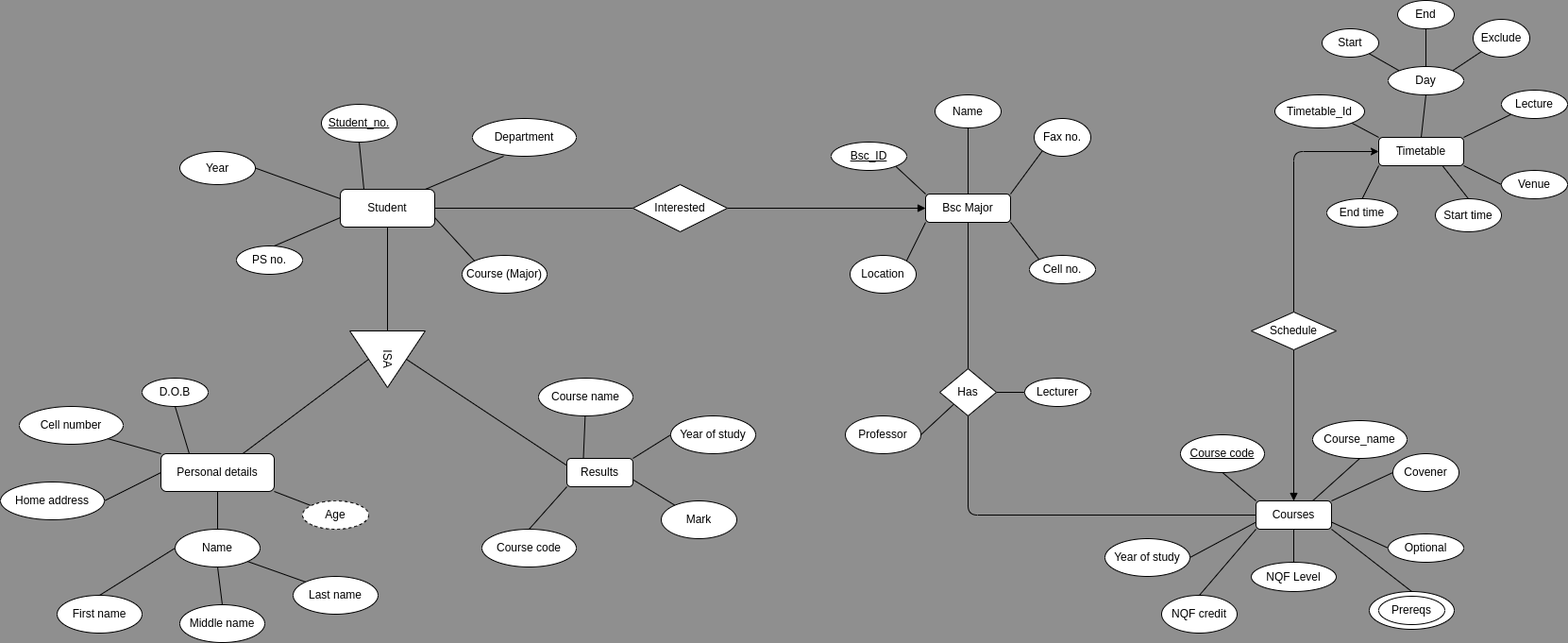
Earlier version of the draw.io export uml/CSC_Assigment.png (contawo/er_database_client). Source tidied: cells renumbered, new cells last; positions are measured from the earlier drawing's top-left corner, leaving out a move shared by most shapes.
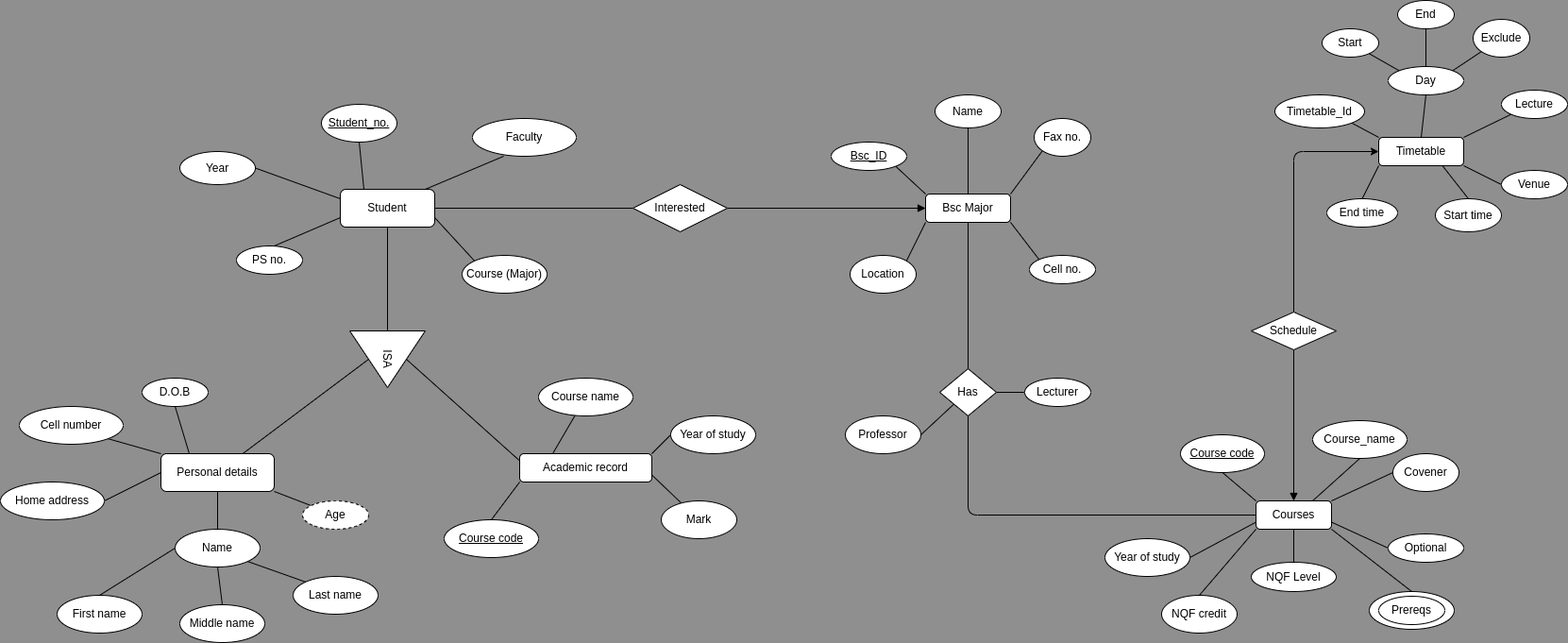
Above is the later version.

What changed in the source:
```diff
@@ -11,7 +11,7 @@
     <mxCell id="4" value="&lt;u&gt;Student_no.&lt;/u&gt;" style="ellipse;whiteSpace=wrap;html=1;" parent="1" vertex="1">
       <mxGeometry x="340" y="110" width="80" height="40" as="geometry" />
     </mxCell>
-    <mxCell id="5" value="Department" style="ellipse;whiteSpace=wrap;html=1;" parent="1" vertex="1">
+    <mxCell id="5" value="Faculty" style="ellipse;whiteSpace=wrap;html=1;" parent="1" vertex="1">
       <mxGeometry x="500" y="125" width="110" height="40" as="geometry" />
     </mxCell>
     <mxCell id="6" value="PS no." style="ellipse;whiteSpace=wrap;html=1;" parent="1" vertex="1">
@@ -61,8 +61,8 @@
     <mxCell id="18" style="edgeStyle=none;html=1;exitX=0;exitY=0.25;exitDx=0;exitDy=0;entryX=0.5;entryY=0;entryDx=0;entryDy=0;endArrow=none;endFill=0;" parent="1" edge="1" source="19" target="12">
       <mxGeometry relative="1" as="geometry" />
     </mxCell>
-    <mxCell id="19" value="Results" style="rounded=1;whiteSpace=wrap;html=1;" parent="1" vertex="1">
-      <mxGeometry x="600" y="485" width="70" height="30" as="geometry" />
+    <mxCell id="19" value="Academic record" style="rounded=1;whiteSpace=wrap;html=1;" parent="1" vertex="1">
+      <mxGeometry x="550" y="480" width="140" height="30" as="geometry" />
     </mxCell>
     <mxCell id="20" style="edgeStyle=none;html=1;endArrow=none;endFill=0;" parent="1" edge="1" source="25" target="32">
       <mxGeometry relative="1" as="geometry" />
@@ -137,8 +137,8 @@
     <mxCell id="42" value="Mark" style="ellipse;whiteSpace=wrap;html=1;" parent="1" vertex="1">
       <mxGeometry x="700" y="530" width="80" height="40" as="geometry" />
     </mxCell>
-    <mxCell id="43" value="Course code" style="ellipse;whiteSpace=wrap;html=1;" parent="1" vertex="1">
-      <mxGeometry x="510" y="560" width="100" height="40" as="geometry" />
+    <mxCell id="43" value="&lt;u&gt;Course code&lt;/u&gt;" style="ellipse;whiteSpace=wrap;html=1;" parent="1" vertex="1">
+      <mxGeometry x="470" y="550" width="100" height="40" as="geometry" />
     </mxCell>
     <mxCell id="44" style="edgeStyle=none;html=1;exitX=0.5;exitY=0;exitDx=0;exitDy=0;entryX=0.5;entryY=1;entryDx=0;entryDy=0;endArrow=none;endFill=0;" parent="1" edge="1" source="50" target="54">
       <mxGeometry relative="1" as="geometry" />
```
